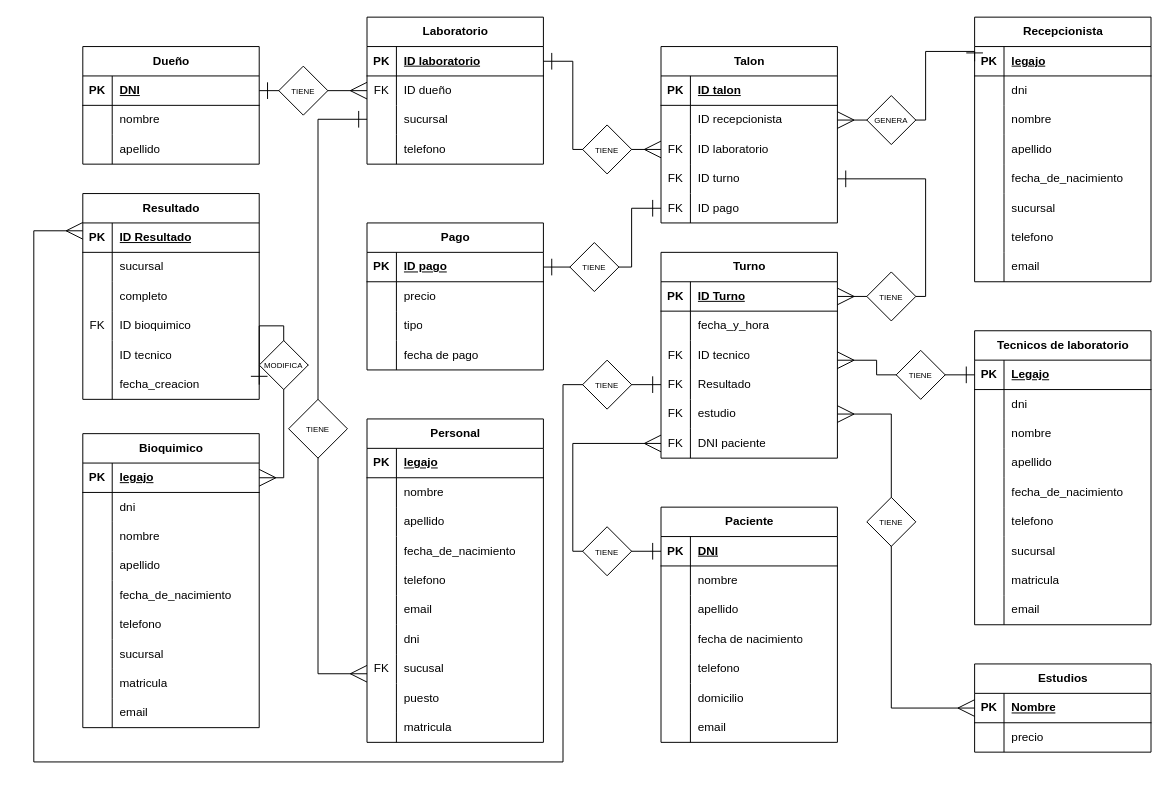
Before: Diagrama.drawio in EmanuelRigo/entrega-final-sql-coderhouse, a draw.io diagram. Source tidied: cells renumbered, new cells numbered last; positions are measured from the earlier drawing's top-left corner, leaving out a move shared by most shapes. Both pictures are drawn from the tidied source at 98%, with x=0, y=0 at pixel (33, 17).
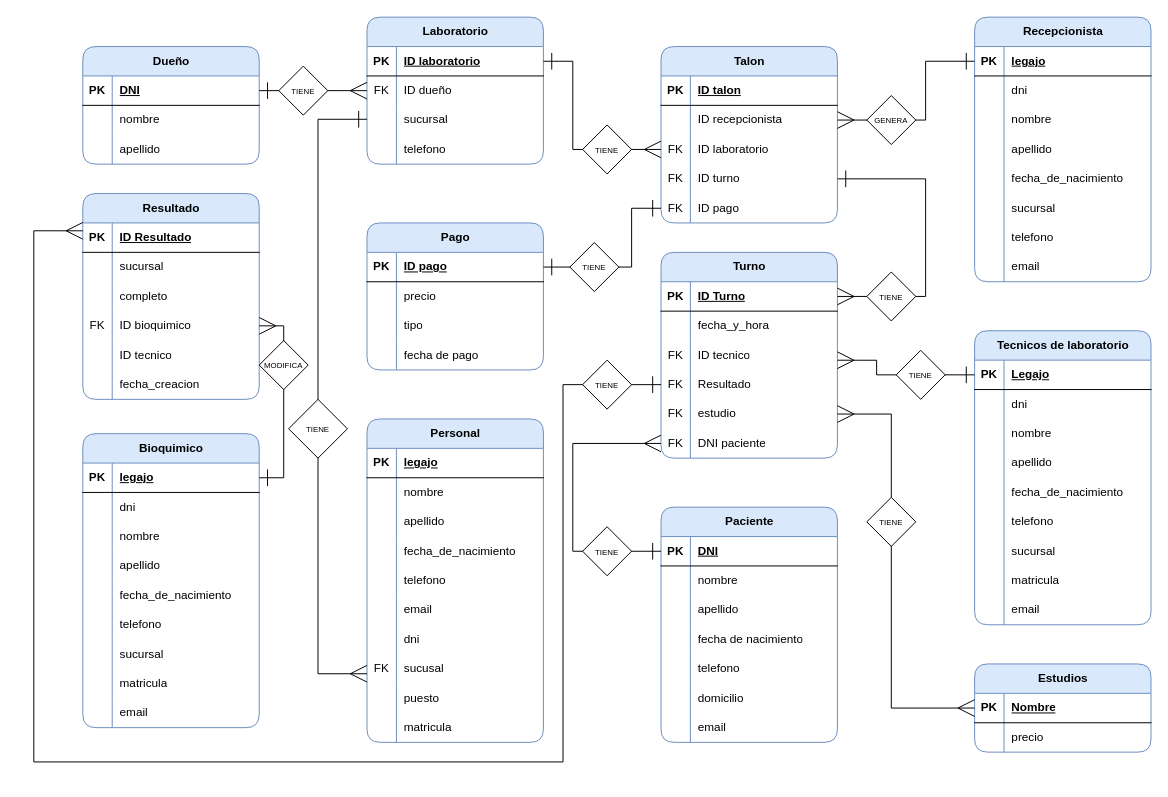
After the change.

The change refers to these unchanged cells:
```xml
<mxCell id="60" style="shape=tableRow;horizontal=0;startSize=0;swimlaneHead=0;swimlaneBody=0;fillColor=none;points=[[0,0.5],[1,0.5]];portConstraint=eastwest;top=0;left=0;right=0;bottom=1;swimlaneLine=1;shadow=0;rounded=0;" parent="59" vertex="1">
  <mxGeometry y="30" width="180" height="30" as="geometry" />
</mxCell>
<mxCell id="85" style="shape=tableRow;horizontal=0;startSize=0;swimlaneHead=0;swimlaneBody=0;fillColor=none;points=[[0,0.5],[1,0.5]];portConstraint=eastwest;top=0;left=0;right=0;bottom=1;swimlaneLine=1;shadow=0;rounded=0;" parent="84" vertex="1">
  <mxGeometry y="30" width="180" height="30" as="geometry" />
</mxCell>
<mxCell id="116" style="shape=tableRow;horizontal=0;startSize=0;swimlaneHead=0;swimlaneBody=0;fillColor=none;points=[[0,0.5],[1,0.5]];portConstraint=eastwest;top=0;left=0;right=0;bottom=0;" parent="112" vertex="1">
  <mxGeometry y="60" width="180" height="30" as="geometry" />
</mxCell>
<mxCell id="198" style="shape=tableRow;horizontal=0;startSize=0;swimlaneHead=0;swimlaneBody=0;fillColor=none;points=[[0,0.5],[1,0.5]];portConstraint=eastwest;top=0;left=0;right=0;bottom=0;" parent="188" vertex="1">
  <mxGeometry y="120" width="180" height="30" as="geometry" />
</mxCell>
<mxCell id="204" style="shape=tableRow;horizontal=0;startSize=0;swimlaneHead=0;swimlaneBody=0;fillColor=none;points=[[0,0.5],[1,0.5]];portConstraint=eastwest;top=0;left=0;right=0;bottom=0;" parent="188" vertex="1">
  <mxGeometry y="180" width="180" height="30" as="geometry" />
</mxCell>
<mxCell id="254" value="&lt;span style=&quot;font-size: 8px;&quot;&gt;MODIFICA&lt;/span&gt;" style="rhombus;whiteSpace=wrap;html=1;" parent="1" vertex="1">
  <mxGeometry x="230" y="330" width="50" height="50" as="geometry" />
</mxCell>
```

Change to the diagram source:
```diff
@@
-    <mxCell id="2" value="Paciente" style="shape=table;startSize=30;childLayout=tableLayout;rowLines=0;fontStyle=1;align=center;html=1;fontColor=default;labelBackgroundColor=none;labelBorderColor=none;textShadow=0;" parent="1" vertex="1">
+    <mxCell id="2" value="Paciente" style="shape=table;startSize=30;childLayout=tableLayout;rowLines=0;fontStyle=1;align=center;html=1;labelBackgroundColor=none;labelBorderColor=none;textShadow=0;swimlaneFillColor=default;rounded=1;swimlaneLine=1;fillColor=#dae8fc;strokeColor=#6c8ebf;" parent="1" vertex="1">
       <mxGeometry x="640" y="500" width="180" height="240" as="geometry" />
     </mxCell>
@@
-    <mxCell id="24" value="Estudios" style="shape=table;startSize=30;childLayout=tableLayout;rowLines=0;fontStyle=1;align=center;html=1;fontColor=default;labelBackgroundColor=none;labelBorderColor=none;textShadow=0;" parent="1" vertex="1">
+    <mxCell id="24" value="Estudios" style="shape=table;startSize=30;childLayout=tableLayout;rowLines=0;fontStyle=1;align=center;html=1;labelBackgroundColor=none;labelBorderColor=none;textShadow=0;swimlaneFillColor=default;rounded=1;swimlaneLine=1;fillColor=#dae8fc;strokeColor=#6c8ebf;" parent="1" vertex="1">
       <mxGeometry x="960" y="660" width="180" height="90" as="geometry" />
     </mxCell>
@@
-    <mxCell id="31" value="Tecnicos de laboratorio" style="shape=table;startSize=30;childLayout=tableLayout;rowLines=0;fontStyle=1;align=center;html=1;fontColor=default;labelBackgroundColor=none;labelBorderColor=none;textShadow=0;" parent="1" vertex="1">
+    <mxCell id="31" value="Tecnicos de laboratorio" style="shape=table;startSize=30;childLayout=tableLayout;rowLines=0;fontStyle=1;align=center;html=1;labelBackgroundColor=none;labelBorderColor=none;textShadow=0;swimlaneFillColor=default;rounded=1;swimlaneLine=1;fillColor=#dae8fc;strokeColor=#6c8ebf;" parent="1" vertex="1">
       <mxGeometry x="960" y="320" width="180" height="300" as="geometry" />
     </mxCell>
@@
-    <mxCell id="59" value="Recepcionista" style="shape=table;startSize=30;childLayout=tableLayout;rowLines=0;fontStyle=1;align=center;html=1;fontColor=default;labelBackgroundColor=none;labelBorderColor=none;textShadow=0;" parent="1" vertex="1">
+    <mxCell id="59" value="Recepcionista" style="shape=table;startSize=30;childLayout=tableLayout;rowLines=0;fontStyle=1;align=center;html=1;labelBackgroundColor=none;labelBorderColor=none;textShadow=0;swimlaneFillColor=default;rounded=1;swimlaneLine=1;fillColor=#dae8fc;strokeColor=#6c8ebf;" parent="1" vertex="1">
       <mxGeometry x="960" width="180" height="270" as="geometry" />
     </mxCell>
@@
-    <mxCell id="84" value="Bioquimico" style="shape=table;startSize=30;childLayout=tableLayout;rowLines=0;fontStyle=1;align=center;html=1;fontColor=default;labelBackgroundColor=none;labelBorderColor=none;textShadow=0;" parent="1" vertex="1">
+    <mxCell id="84" value="Bioquimico" style="shape=table;startSize=30;childLayout=tableLayout;rowLines=0;fontStyle=1;align=center;html=1;labelBackgroundColor=none;labelBorderColor=none;textShadow=0;swimlaneFillColor=default;rounded=1;swimlaneLine=1;fillColor=#dae8fc;strokeColor=#6c8ebf;" parent="1" vertex="1">
       <mxGeometry x="50" y="425" width="180" height="300" as="geometry" />
     </mxCell>
@@
-    <mxCell id="112" value="Talon" style="shape=table;startSize=30;childLayout=tableLayout;rowLines=0;fontStyle=1;align=center;html=1;fontColor=default;labelBackgroundColor=none;labelBorderColor=none;textShadow=0;" parent="1" vertex="1">
+    <mxCell id="112" value="Talon" style="shape=table;startSize=30;childLayout=tableLayout;rowLines=0;fontStyle=1;align=center;html=1;labelBackgroundColor=none;labelBorderColor=none;textShadow=0;swimlaneFillColor=default;rounded=1;swimlaneLine=1;fillColor=#dae8fc;strokeColor=#6c8ebf;" parent="1" vertex="1">
       <mxGeometry x="640" y="30" width="180" height="180" as="geometry" />
     </mxCell>
@@
-    <mxCell id="128" value="Laboratorio" style="shape=table;startSize=30;childLayout=tableLayout;rowLines=0;fontStyle=1;align=center;html=1;fontColor=default;labelBackgroundColor=none;labelBorderColor=none;textShadow=0;" parent="1" vertex="1">
+    <mxCell id="128" value="Laboratorio" style="shape=table;startSize=30;childLayout=tableLayout;rowLines=0;fontStyle=1;align=center;html=1;labelBackgroundColor=none;labelBorderColor=none;textShadow=0;swimlaneFillColor=default;rounded=1;swimlaneLine=1;fillColor=#dae8fc;strokeColor=#6c8ebf;" parent="1" vertex="1">
       <mxGeometry x="340" width="180" height="150" as="geometry" />
     </mxCell>
@@
-    <mxCell id="141" value="Dueño" style="shape=table;startSize=30;childLayout=tableLayout;rowLines=0;fontStyle=1;align=center;html=1;fontColor=default;labelBackgroundColor=none;labelBorderColor=none;textShadow=0;" parent="1" vertex="1">
+    <mxCell id="141" value="Dueño" style="shape=table;startSize=30;childLayout=tableLayout;rowLines=0;fontStyle=1;align=center;html=1;labelBackgroundColor=none;labelBorderColor=none;textShadow=0;swimlaneFillColor=default;rounded=1;swimlaneLine=1;fillColor=#dae8fc;strokeColor=#6c8ebf;" parent="1" vertex="1">
       <mxGeometry x="50" y="30" width="180" height="120" as="geometry" />
     </mxCell>
@@
-    <mxCell id="151" value="Pago" style="shape=table;startSize=30;childLayout=tableLayout;rowLines=0;fontStyle=1;align=center;html=1;fontColor=default;labelBackgroundColor=none;labelBorderColor=none;textShadow=0;" parent="1" vertex="1">
+    <mxCell id="151" value="Pago" style="shape=table;startSize=30;childLayout=tableLayout;rowLines=0;fontStyle=1;align=center;html=1;labelBackgroundColor=none;labelBorderColor=none;textShadow=0;swimlaneFillColor=default;rounded=1;swimlaneLine=1;fillColor=#dae8fc;strokeColor=#6c8ebf;" parent="1" vertex="1">
       <mxGeometry x="340" y="210" width="180" height="150" as="geometry" />
     </mxCell>
@@
-    <mxCell id="164" value="Turno" style="shape=table;startSize=30;childLayout=tableLayout;rowLines=0;fontStyle=1;align=center;html=1;fontColor=default;labelBackgroundColor=none;labelBorderColor=none;textShadow=0;" parent="1" vertex="1">
+    <mxCell id="164" value="Turno" style="shape=table;startSize=30;childLayout=tableLayout;rowLines=0;fontStyle=1;align=center;html=1;labelBackgroundColor=none;labelBorderColor=none;textShadow=0;swimlaneFillColor=default;rounded=1;swimlaneLine=1;fillColor=#dae8fc;strokeColor=#6c8ebf;" parent="1" vertex="1">
       <mxGeometry x="640" y="240" width="180" height="210" as="geometry" />
     </mxCell>
@@
-    <mxCell id="188" value="Resultado" style="shape=table;startSize=30;childLayout=tableLayout;rowLines=0;fontStyle=1;align=center;html=1;fontColor=default;labelBackgroundColor=none;labelBorderColor=none;textShadow=0;" parent="1" vertex="1">
+    <mxCell id="188" value="Resultado" style="shape=table;startSize=30;childLayout=tableLayout;rowLines=0;fontStyle=1;align=center;html=1;labelBackgroundColor=none;labelBorderColor=none;textShadow=0;swimlaneFillColor=default;rounded=1;swimlaneLine=1;fillColor=#dae8fc;strokeColor=#6c8ebf;" parent="1" vertex="1">
       <mxGeometry x="50" y="180" width="180" height="210" as="geometry" />
     </mxCell>
@@
-    <mxCell id="208" style="edgeStyle=orthogonalEdgeStyle;shape=connector;rounded=0;jettySize=auto;html=1;exitX=1;exitY=0.5;exitDx=0;exitDy=0;entryX=1;entryY=0.5;entryDx=0;entryDy=0;strokeColor=default;align=center;verticalAlign=middle;fontFamily=Helvetica;fontSize=11;fontColor=default;labelBackgroundColor=default;startArrow=none;startFill=0;startSize=15;endArrow=ERmany;endFill=0;endSize=15;" parent="1" edge="1" source="254" target="85">
+    <mxCell id="208" style="edgeStyle=orthogonalEdgeStyle;shape=connector;rounded=0;jettySize=auto;html=1;exitX=1;exitY=0.5;exitDx=0;exitDy=0;entryX=1;entryY=0.5;entryDx=0;entryDy=0;strokeColor=default;align=center;verticalAlign=middle;fontFamily=Helvetica;fontSize=11;fontColor=default;labelBackgroundColor=default;startArrow=ERmany;startFill=0;startSize=15;endArrow=ERone;endFill=0;endSize=15;" parent="1" edge="1" source="198" target="85">
       <mxGeometry relative="1" as="geometry">
         <Array as="points">
-          <mxPoint x="255" y="355" />
+          <mxPoint x="255" y="315" />
           <mxPoint x="255" y="470" />
         </Array>
       </mxGeometry>
     </mxCell>
-    <mxCell id="209" value="Personal" style="shape=table;startSize=30;childLayout=tableLayout;rowLines=0;fontStyle=1;align=center;html=1;fontColor=default;labelBackgroundColor=none;labelBorderColor=none;textShadow=0;" parent="1" vertex="1">
+    <mxCell id="209" value="Personal" style="shape=table;startSize=30;childLayout=tableLayout;rowLines=0;fontStyle=1;align=center;html=1;labelBackgroundColor=none;labelBorderColor=none;textShadow=0;swimlaneFillColor=default;rounded=1;swimlaneLine=1;fillColor=#dae8fc;strokeColor=#6c8ebf;" parent="1" vertex="1">
       <mxGeometry x="340" y="410" width="180" height="330" as="geometry" />
     </mxCell>
@@
     <mxCell id="244" style="edgeStyle=orthogonalEdgeStyle;rounded=0;jettySize=auto;html=1;exitX=1;exitY=0.5;exitDx=0;exitDy=0;entryX=0;entryY=0.5;entryDx=0;entryDy=0;endArrow=ERone;endFill=0;startArrow=ERmany;startFill=0;endSize=15;startSize=15;" parent="1" edge="1" source="116" target="60">
       <mxGeometry relative="1" as="geometry">
         <Array as="points">
           <mxPoint x="910" y="105" />
-          <mxPoint x="910" y="35" />
+          <mxPoint x="910" y="45" />
         </Array>
       </mxGeometry>
     </mxCell>
@@
-    <mxCell id="253" style="edgeStyle=orthogonalEdgeStyle;shape=connector;rounded=0;jettySize=auto;html=1;exitX=1;exitY=0.5;exitDx=0;exitDy=0;entryX=1;entryY=0.5;entryDx=0;entryDy=0;strokeColor=default;align=center;verticalAlign=middle;fontFamily=Helvetica;fontSize=11;fontColor=default;labelBackgroundColor=default;startArrow=ERone;startFill=0;startSize=15;endArrow=none;endFill=0;endSize=15;" parent="1" edge="1" source="204" target="254">
-      <mxGeometry relative="1" as="geometry">
-        <Array as="points">
-          <mxPoint x="255" y="315" />
-          <mxPoint x="255" y="355" />
-        </Array>
-      </mxGeometry>
-    </mxCell>
```
